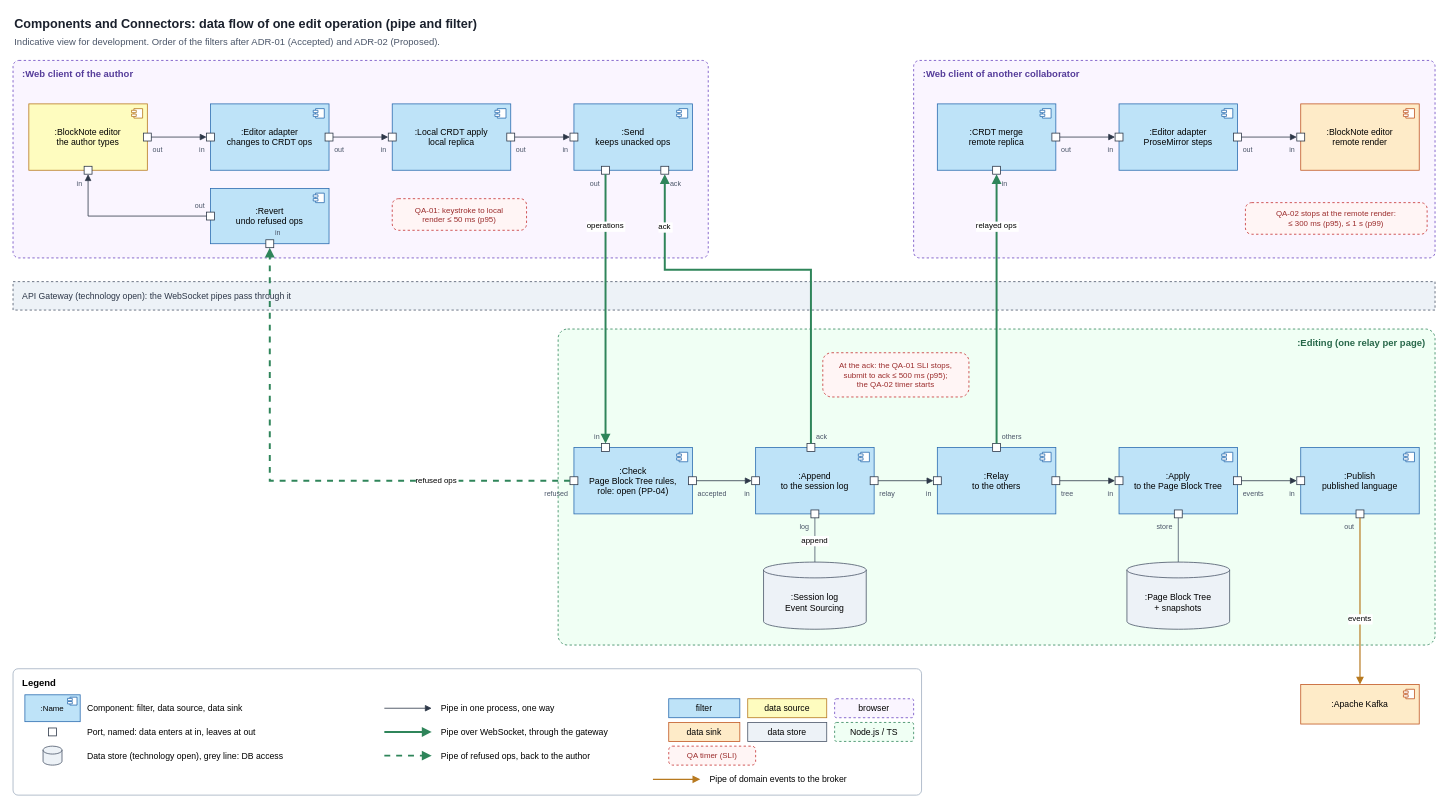
Above: docs/assets/components-and-connectors/data-flow.drawio in Bending-Forks/gotion (draw.io), before the change. Source tidied: cells renumbered, new cells numbered last; positions are measured from the earlier drawing's top-left corner, leaving out a move shared by most shapes. Both pictures are drawn from the tidied source at 79%, with x=0, y=0 at pixel (13, 13).
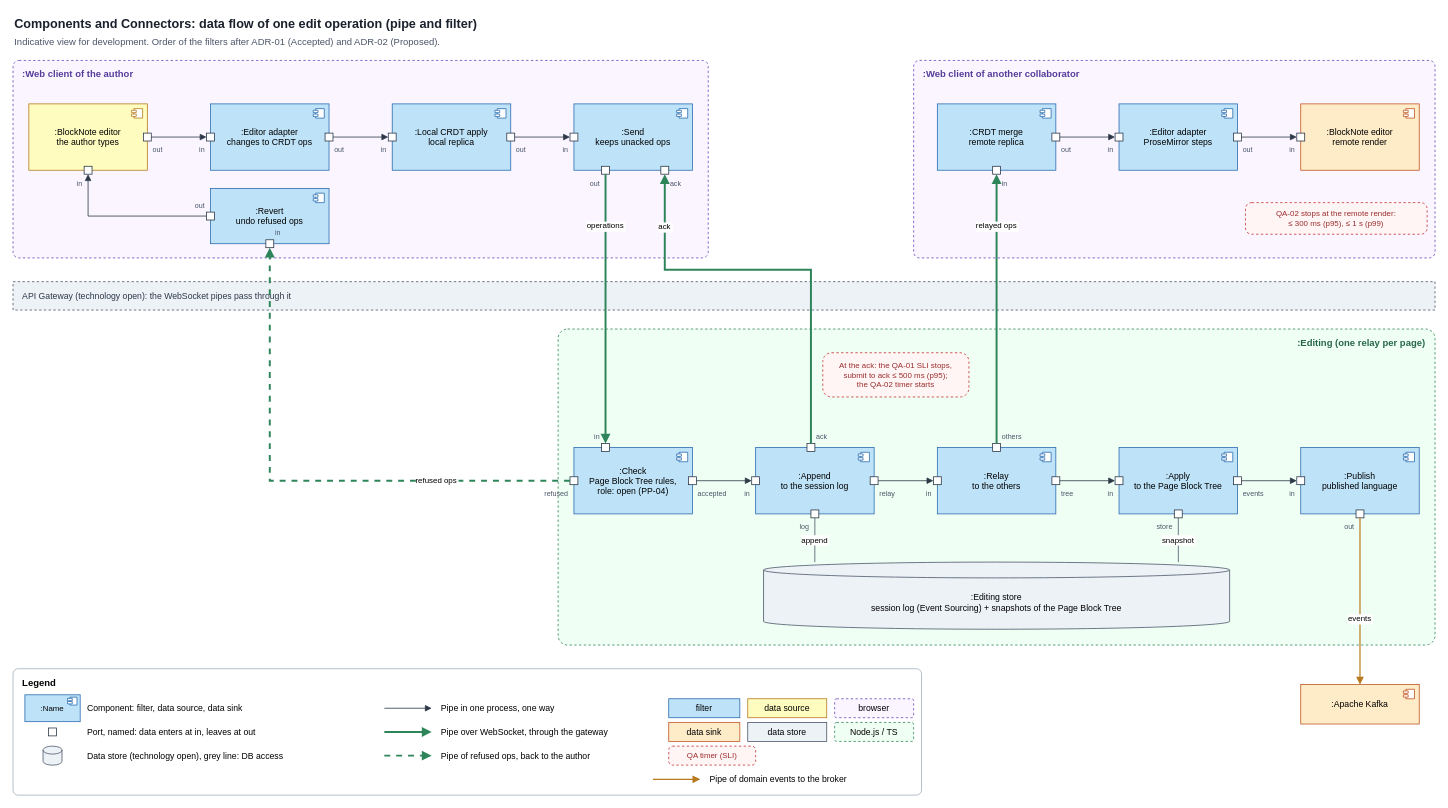
Above is the later version.

The change refers to these unchanged cells:
```xml
<mxCell id="71" value="log" style="rounded=0;fillColor=#ffffff;strokeColor=#2d3748;fontSize=9;fontColor=#4a5568;labelPosition=left;align=right;verticalLabelPosition=bottom;verticalAlign=top;html=0;" parent="1" vertex="1">
  <mxGeometry x="1010" y="629" width="10" height="10" as="geometry" />
</mxCell>
<mxCell id="79" value="store" style="rounded=0;fillColor=#ffffff;strokeColor=#2d3748;fontSize=9;fontColor=#4a5568;labelPosition=left;align=right;verticalLabelPosition=bottom;verticalAlign=top;html=0;" parent="1" vertex="1">
  <mxGeometry x="1470" y="629" width="10" height="10" as="geometry" />
</mxCell>
```

Change to the diagram source:
```diff
@@
-    <mxCell id="34" value=":Session log&#10;Event Sourcing" style="shape=cylinder3;boundedLbl=1;size=10;fillColor=#edf2f7;strokeColor=#4a5568;fontSize=11;html=0;" parent="1" vertex="1">
-      <mxGeometry x="950" y="695" width="130" height="85" as="geometry" />
-    </mxCell>
-    <mxCell id="35" value=":Page Block Tree&#10;+ snapshots" style="shape=cylinder3;boundedLbl=1;size=10;fillColor=#edf2f7;strokeColor=#4a5568;fontSize=11;html=0;" parent="1" vertex="1">
-      <mxGeometry x="1410" y="695" width="130" height="85" as="geometry" />
-    </mxCell>
+    <mxCell id="112" value=":Editing store&#10;session log (Event Sourcing) + snapshots of the Page Block Tree" style="shape=cylinder3;boundedLbl=1;size=10;fillColor=#edf2f7;strokeColor=#4a5568;fontSize=11;html=0;" parent="1" vertex="1">
+      <mxGeometry x="950" y="695" width="590" height="85" as="geometry" />
+    </mxCell>
@@
-    <mxCell id="72" value="append" style="endArrow=none;strokeColor=#4a5568;fontSize=10;labelBackgroundColor=#ffffff;html=0;" parent="1" edge="1" source="71" target="34">
+    <mxCell id="72" value="append" style="endArrow=none;exitX=0.5;exitY=1;exitDx=0;exitDy=0;entryX=0.11;entryY=0;entryDx=0;entryDy=0;strokeColor=#4a5568;fontSize=10;labelBackgroundColor=#ffffff;html=0;" parent="1" edge="1" source="71" target="112">
       <mxGeometry relative="1" as="geometry" />
     </mxCell>
@@
-    <mxCell id="80" style="endArrow=none;strokeColor=#4a5568;fontSize=10;labelBackgroundColor=#ffffff;html=0;" parent="1" edge="1" source="79" target="35">
+    <mxCell id="80" value="snapshot" style="endArrow=none;exitX=0.5;exitY=1;exitDx=0;exitDy=0;entryX=0.89;entryY=0;entryDx=0;entryDy=0;strokeColor=#4a5568;fontSize=10;labelBackgroundColor=#ffffff;html=0;" parent="1" edge="1" source="79" target="112">
       <mxGeometry relative="1" as="geometry" />
     </mxCell>
@@
-    <mxCell id="86" value="QA-01: keystroke to local&#10;render ≤ 50 ms (p95)" style="rounded=1;arcSize=20;fillColor=#fff5f5;strokeColor=#c53030;fontColor=#9b2c2c;fontSize=10;dashed=1;html=0;" parent="1" vertex="1">
-      <mxGeometry x="480" y="235" width="170" height="40" as="geometry" />
-    </mxCell>
```
